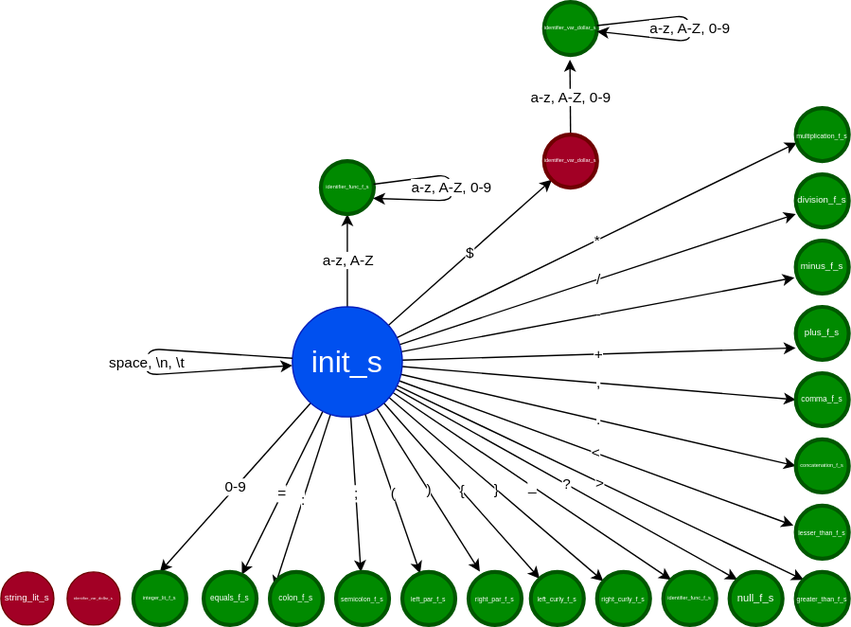
Earlier version of the draw.io export automat.svg (vlccek/IFJ22). Source tidied: cells renumbered, new cells last; positions are measured from the earlier drawing's top-left corner, leaving out a move shared by most shapes.
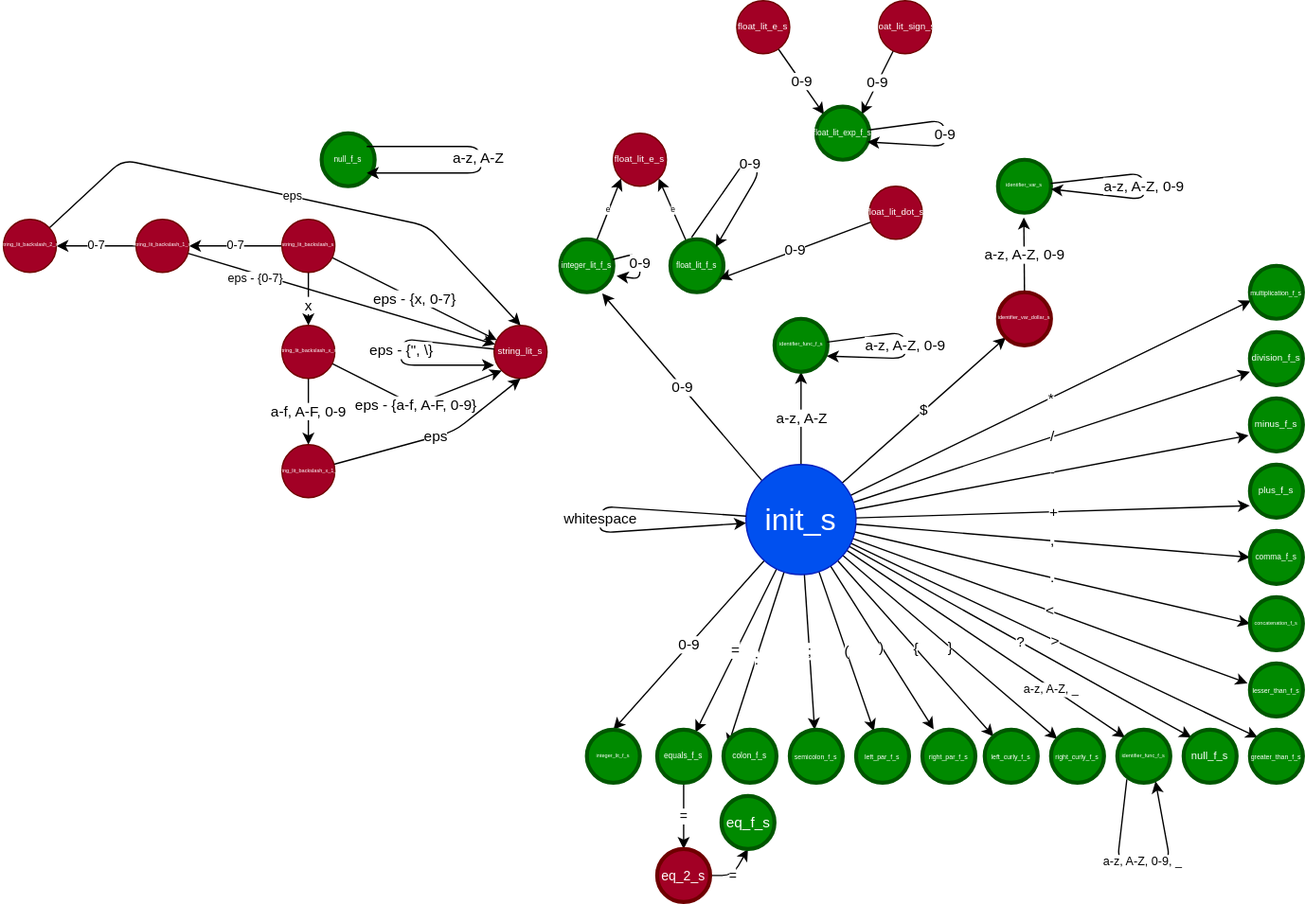
Later version of the same file.

Change to the diagram source:
```diff
@@ -29,8 +29,8 @@
     <mxCell id="10" value="}" style="edgeStyle=none;html=1;fontSize=11;" parent="1" edge="1" source="22" target="31">
       <mxGeometry relative="1" as="geometry" />
     </mxCell>
-    <mxCell id="11" value="_" style="edgeStyle=none;html=1;entryX=0;entryY=0;entryDx=0;entryDy=0;fontSize=11;" parent="1" edge="1" source="22" target="33">
-      <mxGeometry relative="1" as="geometry" />
+    <mxCell id="11" value="a-z, A-Z, _" style="edgeStyle=none;html=1;entryX=0;entryY=0;entryDx=0;entryDy=0;fontSize=9;" parent="1" edge="1" source="22" target="33">
+      <mxGeometry x="0.48" y="-1" relative="1" as="geometry" />
     </mxCell>
     <mxCell id="12" value="?" style="edgeStyle=none;html=1;entryX=0;entryY=0;entryDx=0;entryDy=0;fontSize=11;" parent="1" edge="1" source="22" target="34">
       <mxGeometry relative="1" as="geometry" />
@@ -62,6 +62,9 @@
     <mxCell id="21" value="$" style="edgeStyle=none;html=1;entryX=0;entryY=1;entryDx=0;entryDy=0;fontSize=11;" parent="1" edge="1" source="22" target="47">
       <mxGeometry relative="1" as="geometry" />
     </mxCell>
+    <mxCell id="50" value="0-9" style="edgeStyle=none;html=1;exitX=0;exitY=0;exitDx=0;exitDy=0;entryX=0.789;entryY=1.021;entryDx=0;entryDy=0;entryPerimeter=0;fontSize=11;" parent="1" edge="1" source="22" target="54">
+      <mxGeometry relative="1" as="geometry" />
+    </mxCell>
     <mxCell id="22" value="init_s" style="ellipse;whiteSpace=wrap;html=1;strokeWidth=1;fontSize=23;fillColor=#0050ef;fontColor=#ffffff;strokeColor=#001DBC;" parent="1" vertex="1">
       <mxGeometry x="220" y="230" width="83" height="83" as="geometry" />
     </mxCell>
@@ -71,6 +74,9 @@
     <mxCell id="24" value="integer_lit_f_s" style="ellipse;whiteSpace=wrap;html=1;strokeWidth=3;fontSize=4;fillColor=#008a00;fontColor=#ffffff;strokeColor=#005700;" parent="1" vertex="1">
       <mxGeometry x="100" y="430" width="40" height="40" as="geometry" />
     </mxCell>
+    <mxCell id="51" value="=" style="edgeStyle=none;html=1;entryX=0.5;entryY=0;entryDx=0;entryDy=0;fontSize=10;" parent="1" edge="1" source="25" target="86">
+      <mxGeometry relative="1" as="geometry" />
+    </mxCell>
     <mxCell id="25" value="equals_f_s" style="ellipse;whiteSpace=wrap;html=1;strokeWidth=3;fontSize=6;fillColor=#008a00;fontColor=#ffffff;strokeColor=#005700;" parent="1" vertex="1">
       <mxGeometry x="153" y="430" width="40" height="40" as="geometry" />
     </mxCell>
@@ -92,9 +98,6 @@
     <mxCell id="31" value="right_curly_f_s" style="ellipse;whiteSpace=wrap;html=1;strokeWidth=3;fontSize=5;fillColor=#008a00;fontColor=#ffffff;strokeColor=#005700;" parent="1" vertex="1">
       <mxGeometry x="450" y="430" width="40" height="40" as="geometry" />
     </mxCell>
-    <mxCell id="32" value="identifier_var_dollar_s" style="ellipse;whiteSpace=wrap;html=1;strokeWidth=1;fontSize=3;fillColor=#a20025;fontColor=#ffffff;strokeColor=#6F0000;" parent="1" vertex="1">
-      <mxGeometry x="50" y="430" width="40" height="40" as="geometry" />
-    </mxCell>
     <mxCell id="33" value="identifier_func_f_s" style="ellipse;whiteSpace=wrap;html=1;strokeWidth=3;fontSize=4;fillColor=#008a00;fontColor=#ffffff;strokeColor=#005700;" parent="1" vertex="1">
       <mxGeometry x="500" y="430" width="40" height="40" as="geometry" />
     </mxCell>
@@ -105,7 +108,7 @@
       <mxGeometry x="600" y="430" width="40" height="40" as="geometry" />
     </mxCell>
     <mxCell id="36" value="string_lit_s" style="ellipse;whiteSpace=wrap;html=1;strokeWidth=1;fontSize=7;fillColor=#a20025;fontColor=#ffffff;strokeColor=#6F0000;" parent="1" vertex="1">
-      <mxGeometry y="430" width="40" height="40" as="geometry" />
+      <mxGeometry x="30" y="125" width="40" height="40" as="geometry" />
     </mxCell>
     <mxCell id="37" value="concatenation_f_s" style="ellipse;whiteSpace=wrap;html=1;strokeWidth=3;fontSize=4;fillColor=#008a00;fontColor=#ffffff;strokeColor=#005700;" parent="1" vertex="1">
       <mxGeometry x="600" y="330" width="40" height="40" as="geometry" />
@@ -135,7 +138,7 @@
         </Array>
       </mxGeometry>
     </mxCell>
-    <mxCell id="45" value="space, \n, \t" style="edgeStyle=none;html=1;fontSize=11;" parent="1" edge="1" source="22" target="22">
+    <mxCell id="45" value="whitespace" style="edgeStyle=none;html=1;fontSize=11;" parent="1" edge="1" source="22" target="22">
       <mxGeometry relative="1" as="geometry">
         <Array as="points">
           <mxPoint x="110" y="271" />
@@ -148,7 +151,7 @@
     <mxCell id="47" value="identifier_var_dollar_s" style="ellipse;whiteSpace=wrap;html=1;strokeWidth=3;fontSize=4;fillColor=#a20025;fontColor=#ffffff;strokeColor=#6F0000;" parent="1" vertex="1">
       <mxGeometry x="410" y="100" width="40" height="40" as="geometry" />
     </mxCell>
-    <mxCell id="48" value="identifier_var_dollar_s" style="ellipse;whiteSpace=wrap;html=1;strokeWidth=3;fontSize=4;fillColor=#008a00;fontColor=#ffffff;strokeColor=#005700;" parent="1" vertex="1">
+    <mxCell id="48" value="identifier_var_s" style="ellipse;whiteSpace=wrap;html=1;strokeWidth=3;fontSize=4;fillColor=#008a00;fontColor=#ffffff;strokeColor=#005700;" parent="1" vertex="1">
       <mxGeometry x="410" width="40" height="40" as="geometry" />
     </mxCell>
     <mxCell id="49" value="a-z, A-Z, 0-9" style="edgeStyle=none;html=1;fontSize=11;" parent="1" edge="1" source="48" target="48">
@@ -158,5 +161,155 @@
         </Array>
       </mxGeometry>
     </mxCell>
+    <mxCell id="52" value="eps - {&quot;, \}" style="edgeStyle=none;html=1;entryX=0;entryY=0.75;entryDx=0;entryDy=0;entryPerimeter=0;fontSize=11;" parent="1" edge="1" source="36" target="36">
+      <mxGeometry relative="1" as="geometry">
+        <Array as="points">
+          <mxPoint x="-40" y="145" />
+        </Array>
+      </mxGeometry>
+    </mxCell>
+    <mxCell id="53" value="e" style="edgeStyle=none;html=1;entryX=0;entryY=1;entryDx=0;entryDy=0;fontSize=6;" parent="1" edge="1" source="54" target="57">
+      <mxGeometry relative="1" as="geometry" />
+    </mxCell>
+    <mxCell id="54" value="integer_lit_f_s" style="ellipse;whiteSpace=wrap;html=1;fontSize=6;fontStyle=0;strokeWidth=3;perimeterSpacing=0;fillColor=#008a00;fontColor=#ffffff;strokeColor=#005700;" parent="1" vertex="1">
+      <mxGeometry x="80" y="60" width="40" height="40" as="geometry" />
+    </mxCell>
+    <mxCell id="55" value="e" style="edgeStyle=none;html=1;entryX=1;entryY=1;entryDx=0;entryDy=0;fontSize=6;" parent="1" edge="1" source="56" target="57">
+      <mxGeometry relative="1" as="geometry" />
+    </mxCell>
+    <mxCell id="56" value="float_lit_f_s" style="ellipse;whiteSpace=wrap;html=1;fontSize=6;fontStyle=0;strokeWidth=3;perimeterSpacing=0;fillColor=#008a00;fontColor=#ffffff;strokeColor=#005700;" parent="1" vertex="1">
+      <mxGeometry x="163" y="60" width="40" height="40" as="geometry" />
+    </mxCell>
+    <mxCell id="57" value="float_lit_e_s" style="ellipse;whiteSpace=wrap;html=1;strokeWidth=1;fontSize=7;fillColor=#a20025;fontColor=#ffffff;strokeColor=#6F0000;" parent="1" vertex="1">
+      <mxGeometry x="120" y="-20" width="40" height="40" as="geometry" />
+    </mxCell>
+    <mxCell id="58" value="null_f_s" style="ellipse;whiteSpace=wrap;html=1;fontSize=6;fontStyle=0;strokeWidth=3;perimeterSpacing=0;fillColor=#008a00;fontColor=#ffffff;strokeColor=#005700;" parent="1" vertex="1">
+      <mxGeometry x="-100" y="-20" width="40" height="40" as="geometry" />
+    </mxCell>
+    <mxCell id="59" value="a-z, A-Z" style="edgeStyle=none;html=1;fontSize=11;" parent="1" edge="1">
+      <mxGeometry x="-0.12" y="-9" relative="1" as="geometry">
+        <mxPoint x="-66" y="-10" as="sourcePoint" />
+        <mxPoint x="-66" y="10" as="targetPoint" />
+        <Array as="points">
+          <mxPoint x="20" y="-10" />
+          <mxPoint x="20" y="10" />
+        </Array>
+      </mxGeometry>
+    </mxCell>
+    <mxCell id="60" value="x" style="edgeStyle=none;html=1;entryX=0.5;entryY=0;entryDx=0;entryDy=0;fontSize=11;" parent="1" edge="1" source="63" target="66">
+      <mxGeometry x="0.25" relative="1" as="geometry" />
+    </mxCell>
+    <mxCell id="61" value="eps - {x, 0-7}" style="edgeStyle=none;html=1;fontSize=11;" parent="1" edge="1" source="63" target="36">
+      <mxGeometry relative="1" as="geometry" />
+    </mxCell>
+    <mxCell id="62" value="0-7" style="edgeStyle=none;html=1;entryX=1;entryY=0.5;entryDx=0;entryDy=0;fontSize=9;" parent="1" edge="1" source="63" target="82">
+      <mxGeometry relative="1" as="geometry" />
+    </mxCell>
+    <mxCell id="63" value="string_lit_backslash_s" style="ellipse;whiteSpace=wrap;html=1;strokeWidth=1;fontSize=4;fillColor=#a20025;fontColor=#ffffff;strokeColor=#6F0000;" parent="1" vertex="1">
+      <mxGeometry x="-130" y="45" width="40" height="40" as="geometry" />
+    </mxCell>
+    <mxCell id="64" value="a-f, A-F, 0-9" style="edgeStyle=none;html=1;entryX=0.5;entryY=0;entryDx=0;entryDy=0;fontSize=11;" parent="1" edge="1" source="66" target="68">
+      <mxGeometry relative="1" as="geometry" />
+    </mxCell>
+    <mxCell id="65" value="eps - {a-f, A-F, 0-9}" style="edgeStyle=none;html=1;fontSize=11;entryX=0;entryY=1;entryDx=0;entryDy=0;" parent="1" edge="1" source="66" target="36">
+      <mxGeometry relative="1" as="geometry">
+        <Array as="points">
+          <mxPoint x="-30" y="185" />
+        </Array>
+      </mxGeometry>
+    </mxCell>
+    <mxCell id="66" value="string_lit_backslash_x_s" style="ellipse;whiteSpace=wrap;html=1;strokeWidth=1;fontSize=4;fillColor=#a20025;fontColor=#ffffff;strokeColor=#6F0000;" parent="1" vertex="1">
+      <mxGeometry x="-130" y="125" width="40" height="40" as="geometry" />
+    </mxCell>
+    <mxCell id="67" value="eps" style="edgeStyle=none;html=1;entryX=0.5;entryY=1;entryDx=0;entryDy=0;fontSize=11;" parent="1" edge="1" source="68" target="36">
+      <mxGeometry relative="1" as="geometry">
+        <Array as="points">
+          <mxPoint y="205" />
+        </Array>
+      </mxGeometry>
+    </mxCell>
+    <mxCell id="68" value="string_lit_backslash_x_1_s" style="ellipse;whiteSpace=wrap;html=1;strokeWidth=1;fontSize=4;fillColor=#a20025;fontColor=#ffffff;strokeColor=#6F0000;" parent="1" vertex="1">
+      <mxGeometry x="-130" y="215" width="40" height="40" as="geometry" />
+    </mxCell>
+    <mxCell id="69" value="0-9" style="edgeStyle=none;html=1;entryX=1.061;entryY=0.693;entryDx=0;entryDy=0;entryPerimeter=0;fontSize=11;" parent="1" edge="1" source="54" target="54">
+      <mxGeometry relative="1" as="geometry" />
+    </mxCell>
+    <mxCell id="70" value="0-9" style="edgeStyle=none;html=1;entryX=0.925;entryY=0.75;entryDx=0;entryDy=0;entryPerimeter=0;fontSize=11;" parent="1" edge="1" source="71" target="56">
+      <mxGeometry relative="1" as="geometry" />
+    </mxCell>
+    <mxCell id="71" value="float_lit_dot_s" style="ellipse;whiteSpace=wrap;html=1;strokeWidth=1;fontSize=7;fillColor=#a20025;fontColor=#ffffff;strokeColor=#6F0000;" parent="1" vertex="1">
+      <mxGeometry x="313" y="20" width="40" height="40" as="geometry" />
+    </mxCell>
+    <mxCell id="72" value="0-9" style="edgeStyle=none;html=1;entryX=1;entryY=0;entryDx=0;entryDy=0;fontSize=11;exitX=0.4;exitY=-0.036;exitDx=0;exitDy=0;exitPerimeter=0;" parent="1" edge="1" source="56" target="56">
+      <mxGeometry relative="1" as="geometry">
+        <Array as="points">
+          <mxPoint x="220" />
+          <mxPoint x="230" y="10" />
+        </Array>
+      </mxGeometry>
+    </mxCell>
+    <mxCell id="73" value="0-9" style="edgeStyle=none;html=1;entryX=0;entryY=0;entryDx=0;entryDy=0;fontSize=11;" parent="1" edge="1" source="74" target="77">
+      <mxGeometry relative="1" as="geometry" />
+    </mxCell>
+    <mxCell id="74" value="float_lit_e_s" style="ellipse;whiteSpace=wrap;html=1;strokeWidth=1;fontSize=7;fillColor=#a20025;fontColor=#ffffff;strokeColor=#6F0000;" parent="1" vertex="1">
+      <mxGeometry x="213" y="-120" width="40" height="40" as="geometry" />
+    </mxCell>
+    <mxCell id="75" value="0-9" style="edgeStyle=none;html=1;entryX=1;entryY=0;entryDx=0;entryDy=0;fontSize=11;" parent="1" edge="1" source="76" target="77">
+      <mxGeometry relative="1" as="geometry" />
+    </mxCell>
+    <mxCell id="76" value="float_lit_sign_s" style="ellipse;whiteSpace=wrap;html=1;strokeWidth=1;fontSize=7;fillColor=#a20025;fontColor=#ffffff;strokeColor=#6F0000;" parent="1" vertex="1">
+      <mxGeometry x="320" y="-120" width="40" height="40" as="geometry" />
+    </mxCell>
+    <mxCell id="77" value="float_lit_exp_f_s" style="ellipse;whiteSpace=wrap;html=1;fontSize=6;fontStyle=0;strokeWidth=3;perimeterSpacing=0;fillColor=#008a00;fontColor=#ffffff;strokeColor=#005700;" parent="1" vertex="1">
+      <mxGeometry x="273" y="-40" width="40" height="40" as="geometry" />
+    </mxCell>
+    <mxCell id="78" value="0-9" style="edgeStyle=none;html=1;entryX=0.964;entryY=0.664;entryDx=0;entryDy=0;entryPerimeter=0;fontSize=11;" parent="1" edge="1" source="77" target="77">
+      <mxGeometry relative="1" as="geometry">
+        <Array as="points">
+          <mxPoint x="370" y="-20" />
+        </Array>
+      </mxGeometry>
+    </mxCell>
+    <mxCell id="79" value="a-z, A-Z, 0-9, _" style="edgeStyle=none;html=1;entryX=0.72;entryY=0.975;entryDx=0;entryDy=0;fontSize=9;entryPerimeter=0;exitX=0.18;exitY=0.935;exitDx=0;exitDy=0;exitPerimeter=0;" parent="1" edge="1" source="33" target="33">
+      <mxGeometry relative="1" as="geometry">
+        <Array as="points">
+          <mxPoint x="500" y="530" />
+          <mxPoint x="540" y="530" />
+        </Array>
+      </mxGeometry>
+    </mxCell>
+    <mxCell id="80" value="0-7" style="edgeStyle=none;html=1;entryX=1;entryY=0.5;entryDx=0;entryDy=0;fontSize=9;" parent="1" edge="1" source="82" target="84">
+      <mxGeometry relative="1" as="geometry" />
+    </mxCell>
+    <mxCell id="81" value="eps - {0-7}" style="edgeStyle=none;html=1;fontSize=9;" parent="1" edge="1" source="82" target="36">
+      <mxGeometry x="-0.55" y="-4" relative="1" as="geometry" />
+    </mxCell>
+    <mxCell id="82" value="string_lit_backslash_1_s" style="ellipse;whiteSpace=wrap;html=1;strokeWidth=1;fontSize=4;fillColor=#a20025;fontColor=#ffffff;strokeColor=#6F0000;" parent="1" vertex="1">
+      <mxGeometry x="-240" y="45" width="40" height="40" as="geometry" />
+    </mxCell>
+    <mxCell id="83" value="eps" style="edgeStyle=none;html=1;entryX=0.5;entryY=0;entryDx=0;entryDy=0;fontSize=9;" parent="1" edge="1" source="84" target="36">
+      <mxGeometry relative="1" as="geometry">
+        <Array as="points">
+          <mxPoint x="-250" />
+          <mxPoint x="-20" y="50" />
+        </Array>
+      </mxGeometry>
+    </mxCell>
+    <mxCell id="84" value="string_lit_backslash_2_s" style="ellipse;whiteSpace=wrap;html=1;strokeWidth=1;fontSize=4;fillColor=#a20025;fontColor=#ffffff;strokeColor=#6F0000;" parent="1" vertex="1">
+      <mxGeometry x="-340" y="45" width="40" height="40" as="geometry" />
+    </mxCell>
+    <mxCell id="85" value="=" style="edgeStyle=none;html=1;entryX=0.5;entryY=1;entryDx=0;entryDy=0;fontSize=10;" parent="1" edge="1" source="86" target="87">
+      <mxGeometry x="-0.17" relative="1" as="geometry">
+        <Array as="points">
+          <mxPoint x="210" y="540" />
+        </Array>
+      </mxGeometry>
+    </mxCell>
+    <mxCell id="86" value="eq_2_s" style="ellipse;whiteSpace=wrap;html=1;strokeWidth=3;fontSize=10;fillColor=#a20025;fontColor=#ffffff;strokeColor=#6F0000;" parent="1" vertex="1">
+      <mxGeometry x="153" y="520" width="40" height="40" as="geometry" />
+    </mxCell>
+    <mxCell id="87" value="eq_f_s" style="ellipse;whiteSpace=wrap;html=1;strokeWidth=3;fontSize=11;fillColor=#008a00;fontColor=#ffffff;strokeColor=#005700;" parent="1" vertex="1">
+      <mxGeometry x="201.5" y="480" width="40" height="40" as="geometry" />
+    </mxCell>
   </root>
 </mxGraphModel>
```
